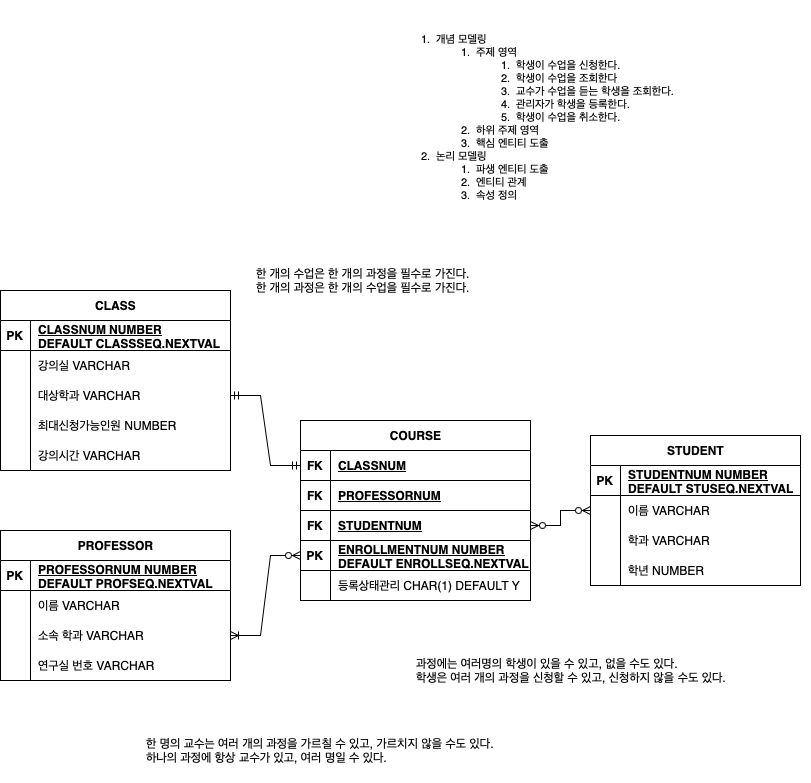
This is Data Modeling/수강신청.drawio.png from ikkjun/SQL, a draw.io export, as it was before one commit. Source tidied: cells renumbered, new cells last; positions are measured from the earlier drawing's top-left corner, leaving out a move shared by most shapes.
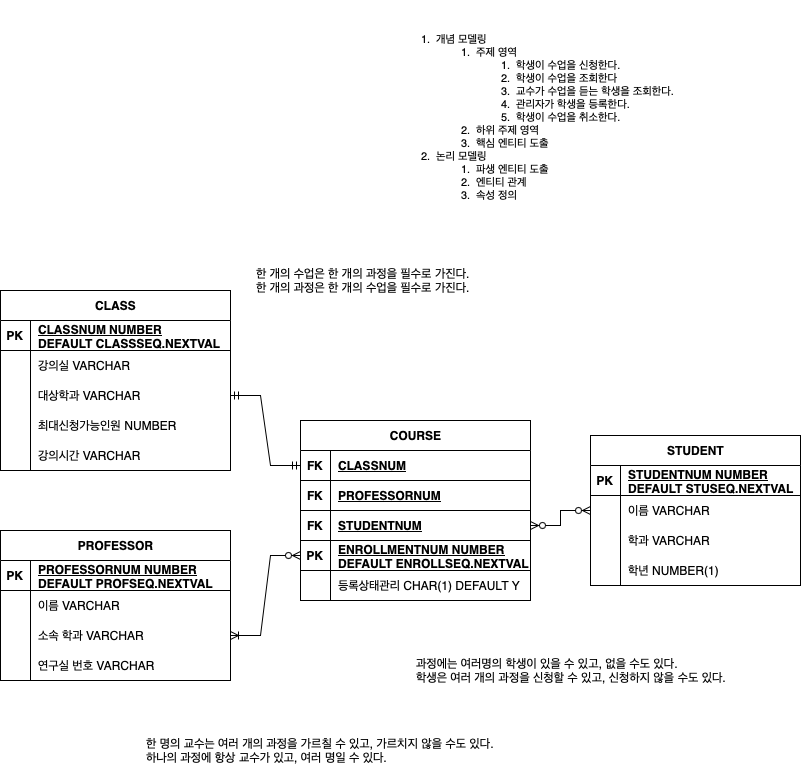
The same diagram one commit later.

Commit message:
수강신청.drawio.png 업데이트

Diff of the diagram source:
```diff
@@ -125,7 +125,7 @@
     <mxCell id="42" style="shape=partialRectangle;fillColor=none;top=0;left=0;bottom=0;right=0;overflow=hidden;whiteSpace=wrap;html=1;" parent="41" vertex="1">
       <mxGeometry width="30" height="30" as="geometry" />
     </mxCell>
-    <mxCell id="43" value="학년 NUMBER" style="shape=partialRectangle;fillColor=none;top=0;left=0;bottom=0;right=0;align=left;spacingLeft=6;overflow=hidden;whiteSpace=wrap;html=1;" parent="41" vertex="1">
+    <mxCell id="43" value="학년 NUMBER(1)" style="shape=partialRectangle;fillColor=none;top=0;left=0;bottom=0;right=0;align=left;spacingLeft=6;overflow=hidden;whiteSpace=wrap;html=1;" parent="41" vertex="1">
       <mxGeometry x="30" width="180" height="30" as="geometry" />
     </mxCell>
     <mxCell id="44" value="한 개의 수업은 한 개의 과정을 필수로 가진다.&lt;br&gt;한 개의 과정은 한 개의 수업을 필수로 가진다." style="text;strokeColor=none;fillColor=none;spacingLeft=4;spacingRight=4;overflow=hidden;fontSize=12;whiteSpace=wrap;html=1;" parent="1" vertex="1">
```
